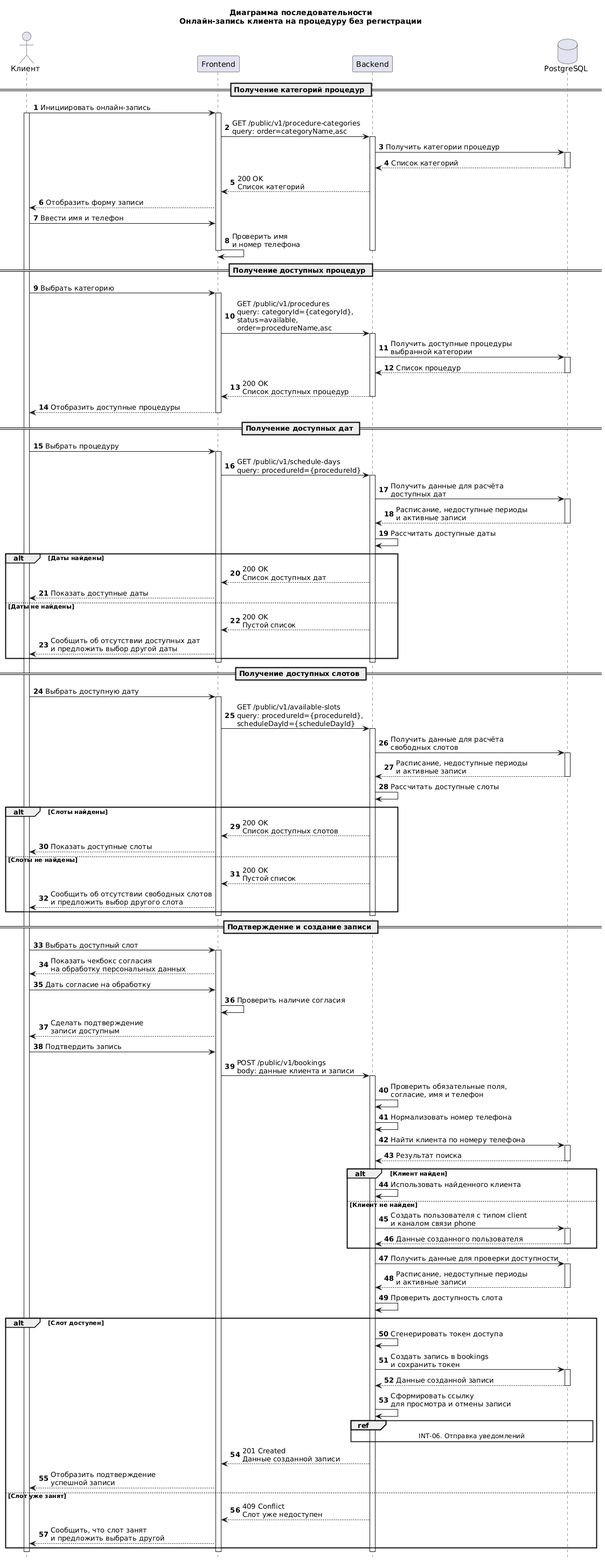
Earlier version of the PlantUML export api/sequence_diagrams/SQ-01.booking.png (Katerina-analyst/Portfolio).
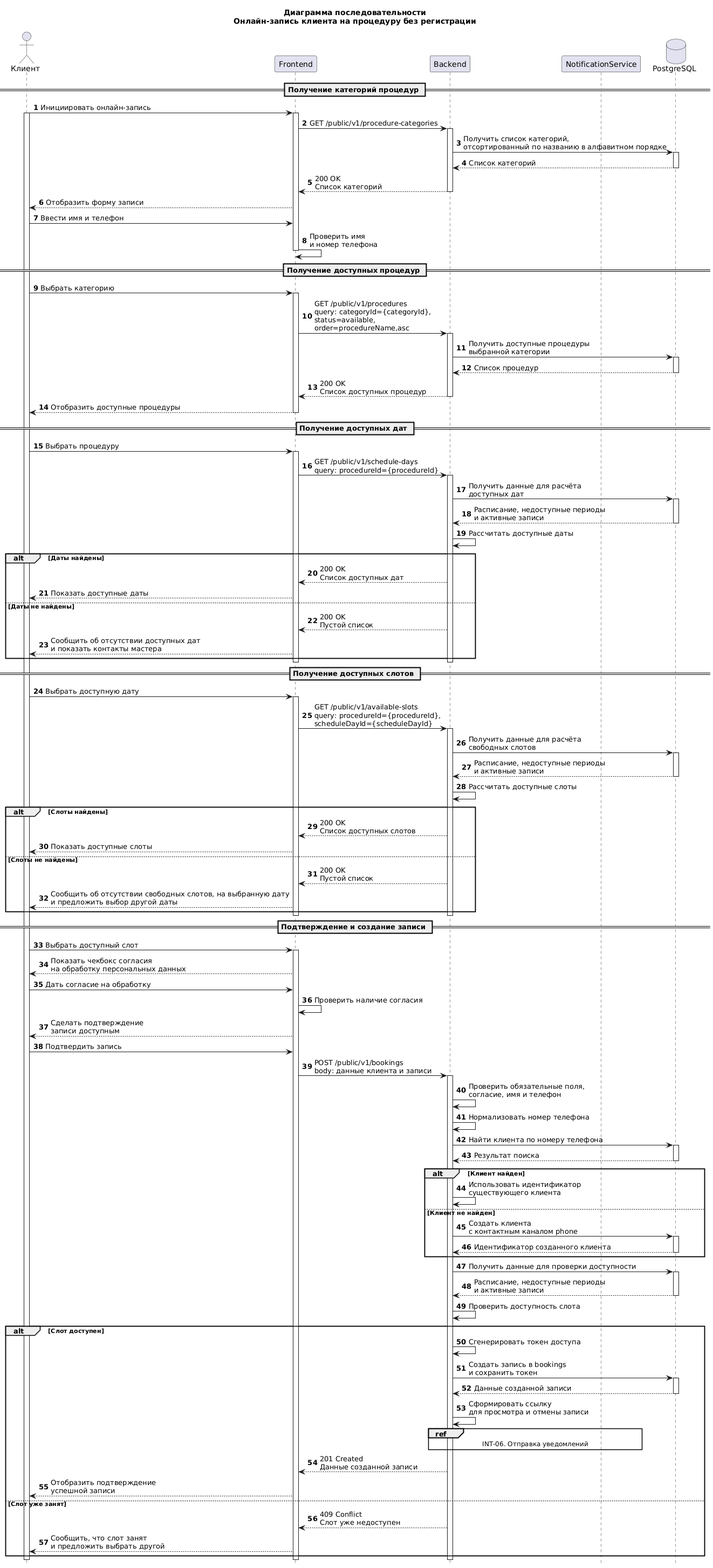
Above is the later version.

Diff of the diagram source:
```diff
@@ -7,6 +7,7 @@
 actor Клиент
 participant Frontend
 participant Backend
+participant NotificationService
 database PostgreSQL
 
 == Получение категорий процедур ==
@@ -15,21 +16,22 @@
 activate Клиент
 activate Frontend
 
-Frontend -> Backend : GET /public/v1/procedure-categories\nquery: order=categoryName,asc
+Frontend -> Backend : GET /public/v1/procedure-categories
 activate Backend
 
-Backend -> PostgreSQL : Получить категории процедур
+Backend -> PostgreSQL : Получить список категорий,\nотсортированный по названию в алфавитном порядке
 activate PostgreSQL
 
 PostgreSQL --> Backend : Список категорий
 deactivate PostgreSQL
 
 Backend --> Frontend : 200 OK\nСписок категорий
+deactivate Backend
 Frontend --> Клиент : Отобразить форму записи
 Клиент -> Frontend : Ввести имя и телефон
 Frontend -> Frontend : Проверить имя\nи номер телефона
 deactivate Frontend
-deactivate Backend
+
 
 == Получение доступных процедур ==
 
@@ -72,7 +74,7 @@
     Frontend --> Клиент : Показать доступные даты
 else Даты не найдены
     Backend --> Frontend : 200 OK\nПустой список
-    Frontend --> Клиент : Сообщить об отсутствии доступных дат\nи предложить выбор другой даты
+    Frontend --> Клиент : Сообщить об отсутствии доступных дат\nи показать контакты мастера
 end
 
 deactivate Backend
@@ -99,7 +101,7 @@
     Frontend --> Клиент : Показать доступные слоты
 else Слоты не найдены
     Backend --> Frontend : 200 OK\nПустой список
-    Frontend --> Клиент : Сообщить об отсутствии свободных слотов\nи предложить выбор другого слота
+    Frontend --> Клиент : Сообщить об отсутствии свободных слотов, на выбранную дату\nи предложить выбор другой даты
 end
 
 deactivate Backend
@@ -127,12 +129,12 @@
 deactivate PostgreSQL
 
 alt Клиент найден
-    Backend -> Backend : Использовать найденного клиента
+    Backend -> Backend : Использовать идентификатор\nсуществующего клиента
 else Клиент не найден
-    Backend -> PostgreSQL : Создать пользователя с типом client\nи каналом связи phone
+    Backend -> PostgreSQL : Создать клиента\nс контактным каналом phone
     activate PostgreSQL
 
-    PostgreSQL --> Backend : Данные созданного пользователя
+    PostgreSQL --> Backend : Идентификатор созданного клиента
     deactivate PostgreSQL
 end
 
@@ -155,7 +157,7 @@
 
     Backend -> Backend : Сформировать ссылку\nдля просмотра и отмены записи
 
-ref over Backend,PostgreSQL
+ref over Backend, NotificationService
     INT-06. Отправка уведомлений
 end ref
 
```
